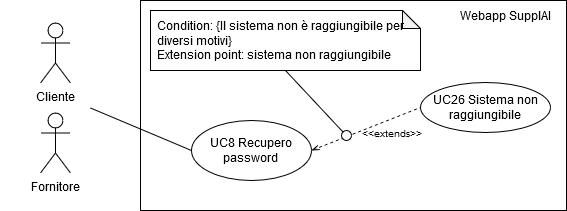
This is 2 - RTB/imgs/recupero-password.png from CodeHex16/documentazione, a draw.io export, as it was before one commit. Source tidied: cells renumbered, new cells last; positions are measured from the earlier drawing's top-left corner, leaving out a move shared by most shapes.
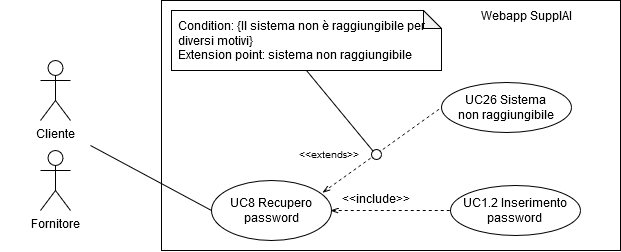
The same diagram one commit later.

Commit message:
finalizzate le immagini e use case, eliminate le estensioni di password invalida da cambio password e recupero perché estende già inserimento password

Change to the diagram source:
```diff
@@ -3,46 +3,57 @@
     <mxCell id="0" />
     <mxCell id="1" parent="0" />
     <mxCell id="2" style="rounded=0;whiteSpace=wrap;html=1;fillColor=none;align=right;strokeColor=none;" parent="1" vertex="1">
-      <mxGeometry x="20" y="12.5" width="70" height="190" as="geometry" />
+      <mxGeometry x="640" y="380" width="70" height="190" as="geometry" />
     </mxCell>
     <mxCell id="3" style="rounded=0;whiteSpace=wrap;html=1;fillColor=none;align=right;" parent="1" vertex="1">
-      <mxGeometry x="140" width="426" height="210" as="geometry" />
+      <mxGeometry x="781" y="330" width="459" height="250" as="geometry" />
     </mxCell>
     <mxCell id="4" value="Fornitore" style="shape=umlActor;verticalLabelPosition=bottom;verticalAlign=top;html=1;" parent="1" vertex="1">
-      <mxGeometry x="40" y="112.5" width="30" height="60" as="geometry" />
+      <mxGeometry x="660" y="480" width="30" height="60" as="geometry" />
     </mxCell>
-    <mxCell id="5" value="&lt;div&gt;UC8 Recupero&lt;/div&gt;&lt;div&gt;password&lt;br&gt;&lt;/div&gt;" style="ellipse;whiteSpace=wrap;html=1;" parent="1" vertex="1">
-      <mxGeometry x="191" y="120" width="120" height="60" as="geometry" />
+    <mxCell id="5" value="UC8 Recupero password" style="ellipse;whiteSpace=wrap;html=1;" parent="1" vertex="1">
+      <mxGeometry x="831" y="510" width="120" height="60" as="geometry" />
     </mxCell>
     <mxCell id="6" style="endArrow=none;html=1;rounded=0;entryX=0;entryY=0.5;entryDx=0;entryDy=0;exitX=1;exitY=0.5;exitDx=0;exitDy=0;" parent="1" edge="1" source="2" target="5">
       <mxGeometry relative="1" as="geometry" />
     </mxCell>
-    <mxCell id="7" value="&lt;div&gt;UC26 Sistema non&lt;/div&gt;&lt;div&gt;raggiungibile&lt;br&gt;&lt;/div&gt;" style="ellipse;whiteSpace=wrap;html=1;" parent="1" vertex="1">
-      <mxGeometry x="420" y="82" width="130" height="50" as="geometry" />
+    <mxCell id="7" value="&lt;div&gt;UC26 Sistema&lt;/div&gt;&lt;div&gt;non raggiungibile&lt;br&gt;&lt;/div&gt;" style="ellipse;whiteSpace=wrap;html=1;" parent="1" vertex="1">
+      <mxGeometry x="1061" y="412" width="130" height="50" as="geometry" />
     </mxCell>
     <mxCell id="8" value="&lt;font style=&quot;font-size: 10px;&quot;&gt;&amp;lt;&amp;lt;extends&amp;gt;&amp;gt;&lt;/font&gt;" style="text;html=1;whiteSpace=wrap;overflow=hidden;rounded=0;" parent="1" vertex="1">
-      <mxGeometry x="360" y="119" width="71" height="30" as="geometry" />
+      <mxGeometry x="917" y="470" width="71" height="30" as="geometry" />
     </mxCell>
     <mxCell id="9" value="Webapp SupplAI" style="text;html=1;align=center;verticalAlign=middle;whiteSpace=wrap;rounded=0;" parent="1" vertex="1">
-      <mxGeometry x="451" width="109" height="30" as="geometry" />
+      <mxGeometry x="1092" y="330" width="109" height="30" as="geometry" />
     </mxCell>
     <mxCell id="10" style="rounded=0;whiteSpace=wrap;html=1;fillColor=none;strokeColor=none;" parent="1" vertex="1">
-      <mxGeometry y="76.5" width="10" height="45" as="geometry" />
+      <mxGeometry x="620" y="444" width="10" height="45" as="geometry" />
     </mxCell>
     <mxCell id="11" value="Cliente" style="shape=umlActor;verticalLabelPosition=bottom;verticalAlign=top;html=1;" parent="1" vertex="1">
-      <mxGeometry x="40" y="22.5" width="30" height="60" as="geometry" />
+      <mxGeometry x="660" y="390" width="30" height="60" as="geometry" />
     </mxCell>
-    <mxCell id="12" style="rounded=0;jettySize=auto;html=1;exitX=1;exitY=0.5;exitDx=0;exitDy=0;entryX=0;entryY=0.5;entryDx=0;entryDy=0;endArrow=none;endFill=0;dashed=1;startArrow=openThin;startFill=0;" parent="1" edge="1" source="5" target="7">
+    <mxCell id="12" style="rounded=0;jettySize=auto;html=1;exitX=0.925;exitY=0.202;exitDx=0;exitDy=0;entryX=0;entryY=0.5;entryDx=0;entryDy=0;endArrow=none;endFill=0;dashed=1;startArrow=openThin;startFill=0;exitPerimeter=0;" parent="1" edge="1" source="5" target="7">
       <mxGeometry relative="1" as="geometry" />
     </mxCell>
-    <mxCell id="13" value="&lt;div align=&quot;left&quot; style=&quot;padding-left: 5px;&quot;&gt;Condition: {Il sistema non è raggiungibile per&lt;/div&gt;&lt;div align=&quot;left&quot; style=&quot;padding-left: 5px;&quot;&gt;diversi motivi}&lt;/div&gt;&lt;div align=&quot;left&quot; style=&quot;padding-left: 5px;&quot;&gt;Extension point: sistema non raggiungibile&lt;br&gt;&lt;/div&gt;" style="shape=note;whiteSpace=wrap;html=1;backgroundOutline=1;darkOpacity=0.05;size=18;align=left;" parent="1" vertex="1">
-      <mxGeometry x="150" y="10" width="270" height="60" as="geometry" />
+    <mxCell id="13" value="&lt;div align=&quot;left&quot; style=&quot;padding-left: 5px;&quot;&gt;Condition: {Il sistema non è raggiungibile per&lt;/div&gt;&lt;div align=&quot;left&quot; style=&quot;padding-left: 5px;&quot;&gt;diversi motivi}&lt;br&gt;&lt;/div&gt;&lt;div align=&quot;left&quot; style=&quot;padding-left: 5px;&quot;&gt;Extension point: sistema non raggiungibile&lt;br&gt;&lt;/div&gt;" style="shape=note;whiteSpace=wrap;html=1;backgroundOutline=1;darkOpacity=0.05;size=18;align=left;" parent="1" vertex="1">
+      <mxGeometry x="791" y="340" width="270" height="60" as="geometry" />
     </mxCell>
     <mxCell id="14" style="ellipse;whiteSpace=wrap;html=1;" parent="1" vertex="1">
-      <mxGeometry x="341" y="130" width="10" height="10" as="geometry" />
+      <mxGeometry x="991" y="479" width="10" height="10" as="geometry" />
     </mxCell>
     <mxCell id="15" style="endArrow=none;html=1;rounded=0;exitX=0.5;exitY=1;exitDx=0;exitDy=0;exitPerimeter=0;entryX=0;entryY=0;entryDx=0;entryDy=0;" parent="1" edge="1" source="13" target="14">
       <mxGeometry relative="1" as="geometry" />
     </mxCell>
+    <mxCell id="16" style="rounded=0;jettySize=auto;html=1;entryX=0;entryY=0.5;entryDx=0;entryDy=0;endArrow=none;endFill=0;dashed=1;startArrow=openThin;startFill=0;" parent="1" edge="1" target="17">
+      <mxGeometry relative="1" as="geometry">
+        <mxPoint x="950" y="540" as="sourcePoint" />
+      </mxGeometry>
+    </mxCell>
+    <mxCell id="17" value="&lt;div&gt;UC1.2 Inserimento&lt;/div&gt;&lt;div&gt;password&lt;br&gt;&lt;/div&gt;" style="ellipse;whiteSpace=wrap;html=1;" parent="1" vertex="1">
+      <mxGeometry x="1070" y="515" width="130" height="50" as="geometry" />
+    </mxCell>
+    <mxCell id="18" value="&amp;lt;&amp;lt;include&amp;gt;&amp;gt;" style="text;html=1;whiteSpace=wrap;overflow=hidden;rounded=0;" parent="1" vertex="1">
+      <mxGeometry x="960" y="515" width="80" height="20" as="geometry" />
+    </mxCell>
   </root>
 </mxGraphModel>
```
